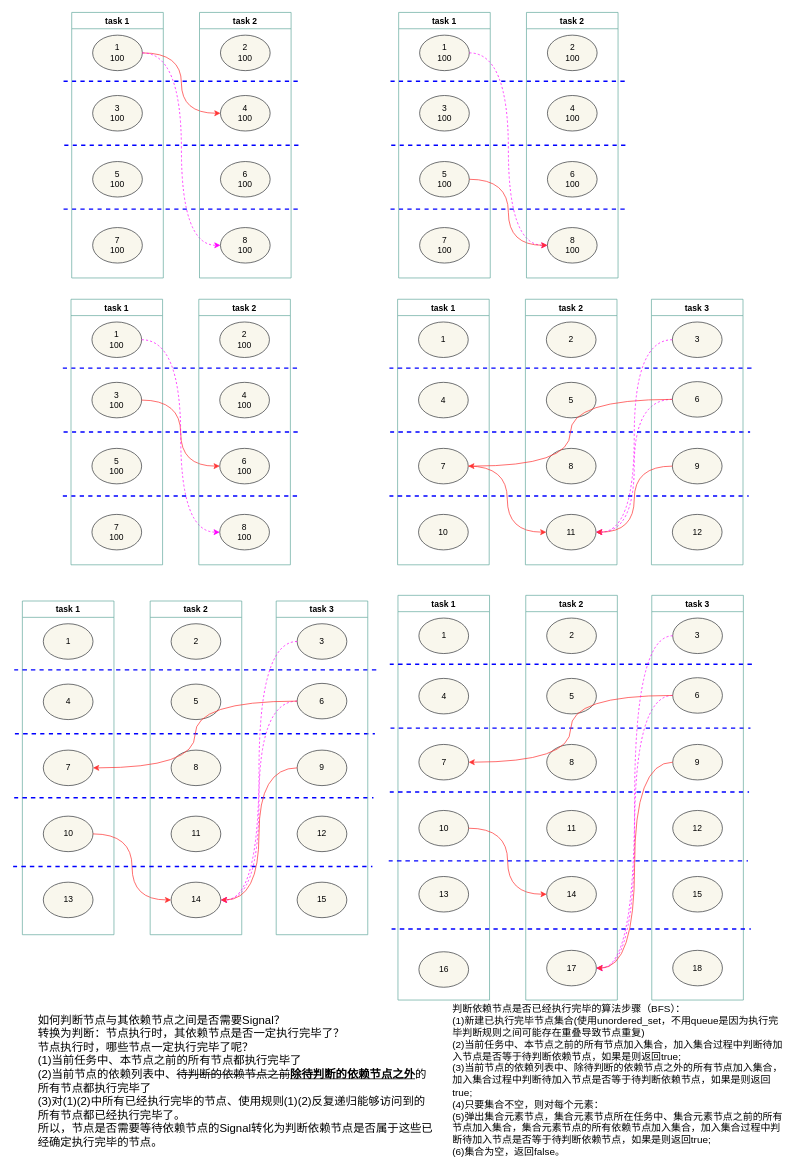
Earlier version of the draw.io diagram SimplifyDependency.drawio (Dercury/CLDK). Source tidied: cells renumbered, new cells numbered last; positions are measured from the earlier drawing's top-left corner, leaving out a move shared by most shapes. Both pictures are drawn from the tidied source at 71%, with x=0, y=0 at pixel (13, 12).
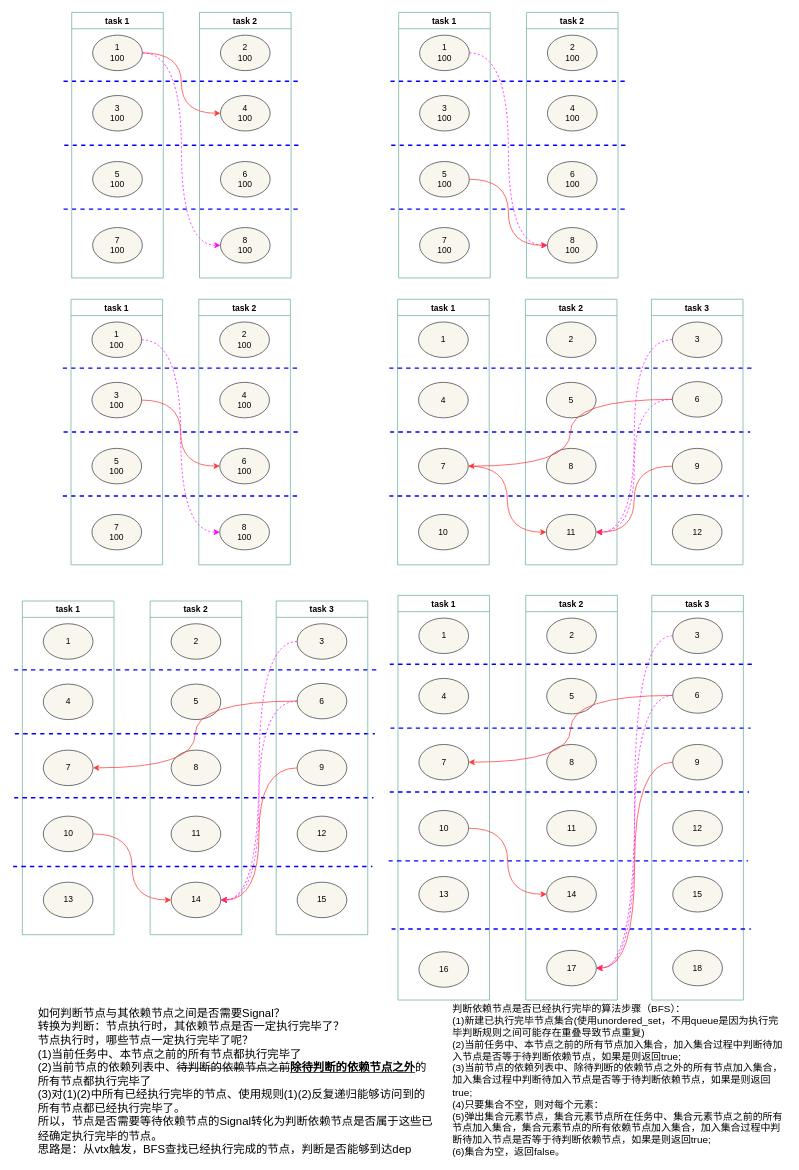
The same page after the edit.

What changed in the source:
```diff
@@
-    <mxCell id="125" value="如何判断节点与其依赖节点之间是否需要Signal？&lt;br style=&quot;font-size: 16px;&quot;&gt;转换为判断：节点执行时，其依赖节点是否一定执行完毕了？&lt;br&gt;节点执行时，哪些节点一定执行完毕了呢？&lt;br style=&quot;font-size: 16px;&quot;&gt;(1)当前任务中、本节点之前的所有节点都执行完毕了&lt;br style=&quot;font-size: 16px;&quot;&gt;(2)当前节点的依赖列表中、&lt;strike&gt;待判断的依赖节点之前&lt;/strike&gt;&lt;u&gt;&lt;b&gt;除待判断的依赖节点之外&lt;/b&gt;&lt;/u&gt;的所有节点都执行完毕了&lt;br style=&quot;font-size: 16px;&quot;&gt;&lt;div style=&quot;font-size: 16px;&quot;&gt;&lt;span style=&quot;background-color: initial; font-size: 16px;&quot;&gt;(3)对(1)(2)中所有已经执行完毕的节点、使用规则(1)(2)反复递归能够访问到的所有节点都已经执行完毕了。&lt;/span&gt;&lt;/div&gt;&lt;div style=&quot;font-size: 16px;&quot;&gt;&lt;span style=&quot;background-color: initial; font-size: 16px;&quot;&gt;所以，节点是否需要等待依赖节点的Signal转化为判断依赖节点是否属于这些已经确定执行完毕的节点。&lt;/span&gt;&lt;/div&gt;" style="text;html=1;strokeColor=none;fillColor=none;align=left;verticalAlign=middle;whiteSpace=wrap;rounded=0;fontSize=16;spacing=2;spacingTop=0;horizontal=1;" parent="1" vertex="1">
+    <mxCell id="125" value="如何判断节点与其依赖节点之间是否需要Signal？&lt;br style=&quot;font-size: 16px;&quot;&gt;转换为判断：节点执行时，其依赖节点是否一定执行完毕了？&lt;br&gt;节点执行时，哪些节点一定执行完毕了呢？&lt;br style=&quot;font-size: 16px;&quot;&gt;(1)当前任务中、本节点之前的所有节点都执行完毕了&lt;br style=&quot;font-size: 16px;&quot;&gt;(2)当前节点的依赖列表中、&lt;strike&gt;待判断的依赖节点之前&lt;/strike&gt;&lt;u&gt;&lt;b&gt;除待判断的依赖节点之外&lt;/b&gt;&lt;/u&gt;的所有节点都执行完毕了&lt;br style=&quot;font-size: 16px;&quot;&gt;&lt;div style=&quot;font-size: 16px;&quot;&gt;&lt;span style=&quot;background-color: initial; font-size: 16px;&quot;&gt;(3)对(1)(2)中所有已经执行完毕的节点、使用规则(1)(2)反复递归能够访问到的所有节点都已经执行完毕了。&lt;/span&gt;&lt;/div&gt;&lt;div style=&quot;font-size: 16px;&quot;&gt;&lt;span style=&quot;background-color: initial; font-size: 16px;&quot;&gt;所以，节点是否需要等待依赖节点的Signal转化为判断依赖节点是否属于这些已经确定执行完毕的节点。&lt;/span&gt;&lt;/div&gt;&lt;div style=&quot;&quot;&gt;&lt;span style=&quot;background-color: initial;&quot;&gt;思路是：从vtx触发，BFS查找已经执行完成的节点，判断是否能够到达dep&lt;br&gt;&lt;/span&gt;&lt;/div&gt;" style="text;html=1;strokeColor=none;fillColor=none;align=left;verticalAlign=middle;whiteSpace=wrap;rounded=0;fontSize=16;spacing=2;spacingTop=0;horizontal=1;" parent="1" vertex="1">
       <mxGeometry x="33" y="1402" width="562" height="205" as="geometry" />
     </mxCell>
```
